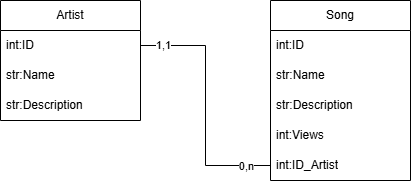
This is Exam/docs/img/musicStatsDB.png from Giacomix02/Service-oriented-Software-Engineering, a draw.io export, as it was before one commit. Source tidied: cells renumbered, new cells last; positions are measured from the earlier drawing's top-left corner, leaving out a move shared by most shapes.
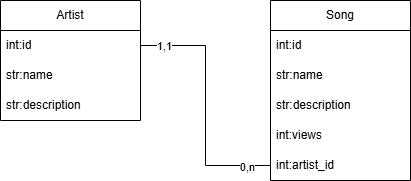
Above is the later version.

Change to the diagram source:
```diff
@@ -5,31 +5,31 @@
     <mxCell id="2" value="Artist" style="swimlane;fontStyle=0;horizontal=1;startSize=30;whiteSpace=wrap;html=1;" parent="1" vertex="1">
       <mxGeometry width="140" height="120" as="geometry" />
     </mxCell>
-    <mxCell id="3" value="int:ID" style="text;strokeColor=none;fillColor=none;align=left;verticalAlign=middle;spacingLeft=4;spacingRight=4;overflow=hidden;points=[[0,0.5],[1,0.5]];portConstraint=eastwest;whiteSpace=wrap;html=1;" parent="2" vertex="1">
+    <mxCell id="3" value="int:id" style="text;strokeColor=none;fillColor=none;align=left;verticalAlign=middle;spacingLeft=4;spacingRight=4;overflow=hidden;points=[[0,0.5],[1,0.5]];portConstraint=eastwest;whiteSpace=wrap;html=1;" parent="2" vertex="1">
       <mxGeometry y="30" width="140" height="30" as="geometry" />
     </mxCell>
-    <mxCell id="4" value="str:Name" style="text;strokeColor=none;fillColor=none;align=left;verticalAlign=middle;spacingLeft=4;spacingRight=4;overflow=hidden;whiteSpace=wrap;html=1;" parent="2" vertex="1">
+    <mxCell id="4" value="str:name" style="text;strokeColor=none;fillColor=none;align=left;verticalAlign=middle;spacingLeft=4;spacingRight=4;overflow=hidden;whiteSpace=wrap;html=1;" parent="2" vertex="1">
       <mxGeometry y="60" width="140" height="30" as="geometry" />
     </mxCell>
-    <mxCell id="5" value="str:Description" style="text;strokeColor=none;fillColor=none;align=left;verticalAlign=middle;spacingLeft=4;spacingRight=4;overflow=hidden;whiteSpace=wrap;html=1;" parent="2" vertex="1">
+    <mxCell id="5" value="str:description" style="text;strokeColor=none;fillColor=none;align=left;verticalAlign=middle;spacingLeft=4;spacingRight=4;overflow=hidden;whiteSpace=wrap;html=1;" parent="2" vertex="1">
       <mxGeometry y="90" width="140" height="30" as="geometry" />
     </mxCell>
     <mxCell id="6" value="Song" style="swimlane;fontStyle=0;horizontal=1;startSize=30;whiteSpace=wrap;html=1;" parent="1" vertex="1">
       <mxGeometry x="270" width="140" height="180" as="geometry" />
     </mxCell>
-    <mxCell id="7" value="int:ID" style="text;strokeColor=none;fillColor=none;align=left;verticalAlign=middle;spacingLeft=4;spacingRight=4;overflow=hidden;whiteSpace=wrap;html=1;" parent="6" vertex="1">
+    <mxCell id="7" value="int:id" style="text;strokeColor=none;fillColor=none;align=left;verticalAlign=middle;spacingLeft=4;spacingRight=4;overflow=hidden;whiteSpace=wrap;html=1;" parent="6" vertex="1">
       <mxGeometry y="30" width="140" height="30" as="geometry" />
     </mxCell>
-    <mxCell id="8" value="str:Name" style="text;strokeColor=none;fillColor=none;align=left;verticalAlign=middle;spacingLeft=4;spacingRight=4;overflow=hidden;whiteSpace=wrap;html=1;" parent="6" vertex="1">
+    <mxCell id="8" value="str:name" style="text;strokeColor=none;fillColor=none;align=left;verticalAlign=middle;spacingLeft=4;spacingRight=4;overflow=hidden;whiteSpace=wrap;html=1;" parent="6" vertex="1">
       <mxGeometry y="60" width="140" height="30" as="geometry" />
     </mxCell>
-    <mxCell id="9" value="str:Description" style="text;strokeColor=none;fillColor=none;align=left;verticalAlign=middle;spacingLeft=4;spacingRight=4;overflow=hidden;whiteSpace=wrap;html=1;" parent="6" vertex="1">
+    <mxCell id="9" value="str:description" style="text;strokeColor=none;fillColor=none;align=left;verticalAlign=middle;spacingLeft=4;spacingRight=4;overflow=hidden;whiteSpace=wrap;html=1;" parent="6" vertex="1">
       <mxGeometry y="90" width="140" height="30" as="geometry" />
     </mxCell>
-    <mxCell id="10" value="int:Views" style="text;strokeColor=none;fillColor=none;align=left;verticalAlign=middle;spacingLeft=4;spacingRight=4;overflow=hidden;whiteSpace=wrap;html=1;" parent="6" vertex="1">
+    <mxCell id="10" value="int:views" style="text;strokeColor=none;fillColor=none;align=left;verticalAlign=middle;spacingLeft=4;spacingRight=4;overflow=hidden;whiteSpace=wrap;html=1;" parent="6" vertex="1">
       <mxGeometry y="120" width="140" height="30" as="geometry" />
     </mxCell>
-    <mxCell id="11" value="int:ID_Artist" style="text;strokeColor=none;fillColor=none;align=left;verticalAlign=middle;spacingLeft=4;spacingRight=4;overflow=hidden;points=[[0,0.5],[1,0.5]];portConstraint=eastwest;whiteSpace=wrap;html=1;" parent="6" vertex="1">
+    <mxCell id="11" value="int:artist_id" style="text;strokeColor=none;fillColor=none;align=left;verticalAlign=middle;spacingLeft=4;spacingRight=4;overflow=hidden;points=[[0,0.5],[1,0.5]];portConstraint=eastwest;whiteSpace=wrap;html=1;" parent="6" vertex="1">
       <mxGeometry y="150" width="140" height="30" as="geometry" />
     </mxCell>
     <mxCell id="12" style="edgeStyle=orthogonalEdgeStyle;rounded=0;jettySize=auto;html=1;endArrow=none;endFill=0;" parent="1" edge="1" source="11" target="3">
```
